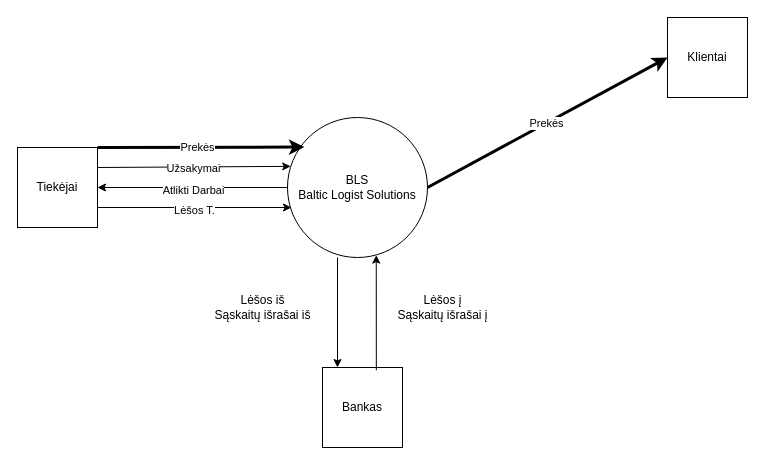
Before: page "Pagrindinis Lygis" (1 of 4) of Untitled Diagram.drawio in D0mazo/Studijos, a draw.io diagram. Source tidied: cells renumbered, new cells numbered last; positions are measured from the earlier drawing's top-left corner, leaving out a move shared by most shapes. Both pictures are drawn from the tidied source at 100%, with x=0, y=0 at pixel (17, 17).
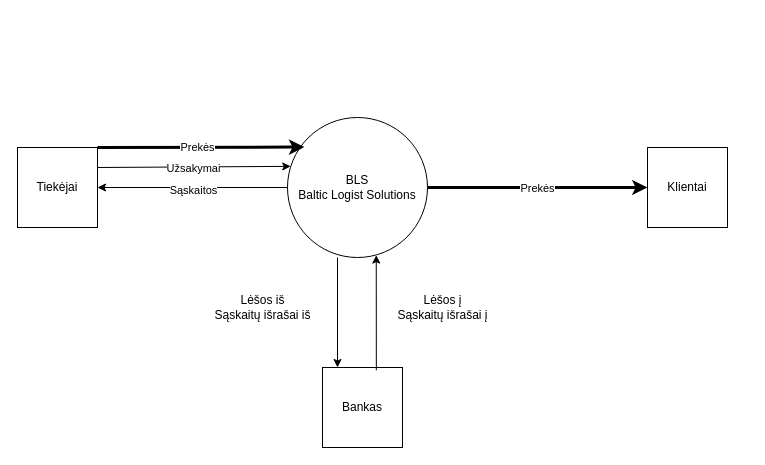
The same page after the edit.

The change refers to these unchanged cells:
```xml
<mxCell id="6" value="Tiekėjai" style="whiteSpace=wrap;html=1;" parent="1" vertex="1">
  <mxGeometry y="130" width="80" height="80" as="geometry" />
</mxCell>
<mxCell id="14" style="endArrow=classic;html=1;rounded=0;exitX=0;exitY=0.5;exitDx=0;exitDy=0;entryX=1;entryY=0.5;entryDx=0;entryDy=0;" parent="1" edge="1" source="2" target="6">
  <mxGeometry relative="1" as="geometry" />
</mxCell>
```

What changed in the source:
```diff
@@
     <mxCell id="5" value="Klientai" style="whiteSpace=wrap;html=1;" parent="1" vertex="1">
-      <mxGeometry x="650" width="80" height="80" as="geometry" />
+      <mxGeometry x="630" y="130" width="80" height="80" as="geometry" />
     </mxCell>
@@
-    <mxCell id="15" value="Atlikti Darbai" style="edgeLabel;html=1;align=center;verticalAlign=middle;" parent="14" vertex="1">
+    <mxCell id="15" value="Sąskaitos" style="edgeLabel;html=1;align=center;verticalAlign=middle;" parent="14" vertex="1">
       <mxGeometry y="2" relative="1" as="geometry" />
     </mxCell>
-    <mxCell id="16" style="endArrow=classic;html=1;rounded=0;exitX=1;exitY=0.75;exitDx=0;exitDy=0;" parent="1" edge="1" source="6">
-      <mxGeometry relative="1" as="geometry">
-        <mxPoint x="274" y="190" as="targetPoint" />
-      </mxGeometry>
-    </mxCell>
-    <mxCell id="17" value="Lėšos T." style="edgeLabel;html=1;align=center;verticalAlign=middle;" parent="16" vertex="1">
-      <mxGeometry x="-0.01" y="-2" relative="1" as="geometry" />
-    </mxCell>
```
